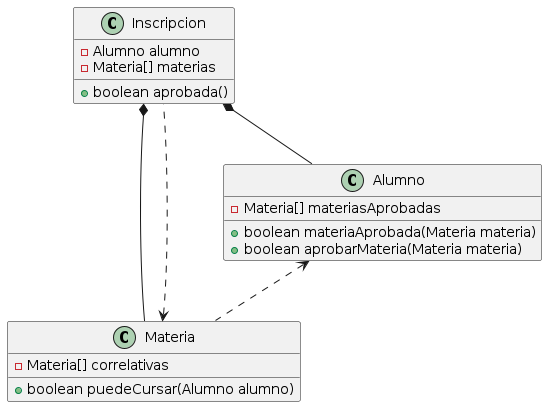
The PlantUML diagram ejercicio validador correlatividades/diagrama.png in JuanpiCasti/dds, before a commit.
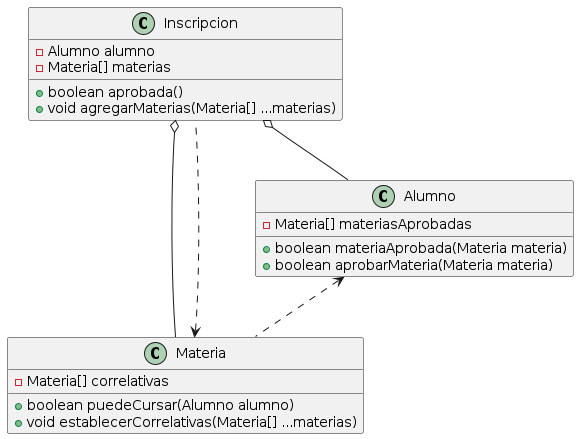
The same diagram one commit later.

Commit message:
Actualizacion diagrama

What changed in the source:
```diff
@@ -4,19 +4,20 @@
 Inscripcion : - Alumno alumno
 Inscripcion : - Materia[] materias
 Inscripcion : + boolean aprobada()
+Inscripcion : + void agregarMaterias(Materia[] ...materias)
 
 class Materia
 Materia : - Materia[] correlativas
 Materia : + boolean puedeCursar(Alumno alumno)
-
+Materia : + void establecerCorrelativas(Materia[] ...materias)
 
 class Alumno
 Alumno : - Materia[] materiasAprobadas
 Alumno : + boolean materiaAprobada(Materia materia)
 Alumno : + boolean aprobarMateria(Materia materia)
 
-Inscripcion *-- Materia
-Inscripcion *-- Alumno
+Inscripcion o-- Materia
+Inscripcion o-- Alumno
 Materia <.. Inscripcion
 Alumno <.. Materia
 
```
